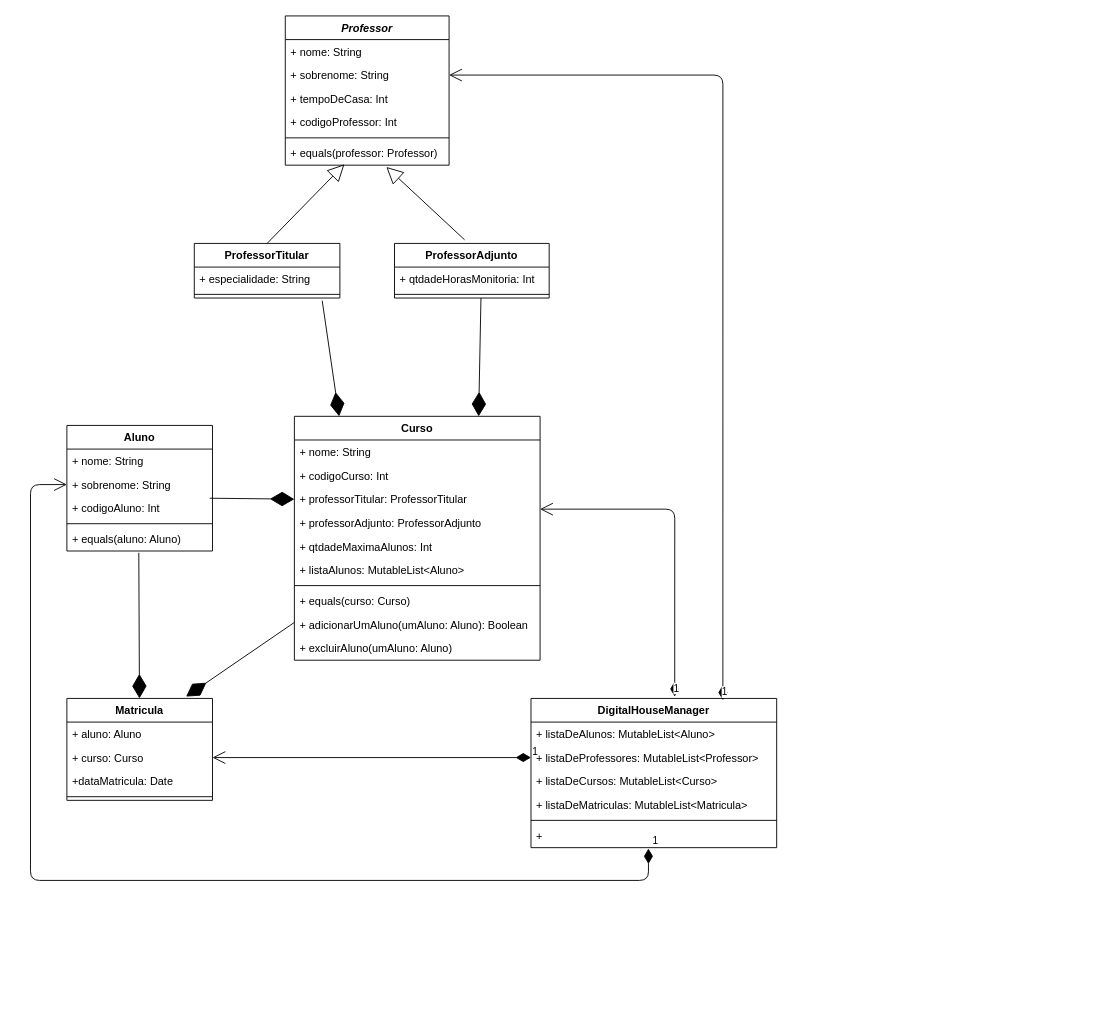
Before: src/br/digitalhouse/com/desafioKotlin/desafioKotlin.drawio in AlineCruzDEV/desafioKotlin, a draw.io diagram. Source tidied: cells renumbered, new cells numbered last; positions are measured from the earlier drawing's top-left corner, leaving out a move shared by most shapes. Both pictures are drawn from the tidied source at 91%, with x=0, y=0 at pixel (30, 15).
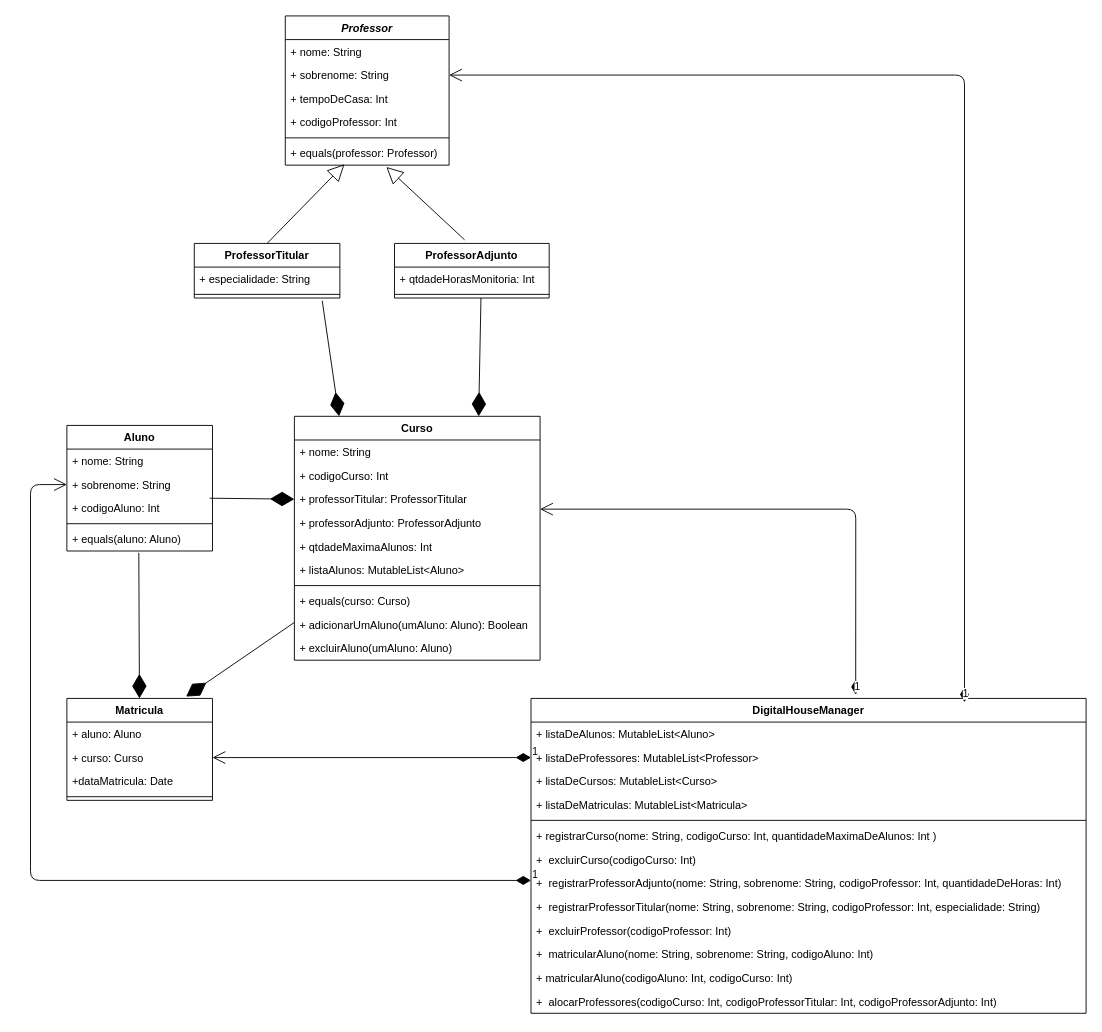
The same page after the edit.

Commit message (it also covers changes not shown here):
ParteI - Diagrama com insercao de metodos em DigitalHouseManager primeira versao precisa ser revisado

The change refers to these unchanged cells:
```xml
<mxCell id="19" value="+ sobrenome: String" style="text;strokeColor=none;fillColor=none;align=left;verticalAlign=top;spacingLeft=4;spacingRight=4;overflow=hidden;points=[[0,0.5],[1,0.5]];portConstraint=eastwest;" parent="17" vertex="1">
  <mxGeometry y="52" width="160" height="26" as="geometry" />
</mxCell>
```

Change to the diagram source:
```diff
@@
     <mxCell id="35" value="DigitalHouseManager" style="swimlane;fontStyle=1;align=center;verticalAlign=top;horizontal=1;startSize=26;" parent="1" vertex="1">
-      <mxGeometry x="550" y="750" width="270" height="164" as="geometry" />
+      <mxGeometry x="550" y="750" width="610" height="346" as="geometry" />
     </mxCell>
     <mxCell id="36" value="+ listaDeAlunos: MutableList&lt;Aluno&gt;" style="text;strokeColor=none;fillColor=none;align=left;verticalAlign=top;spacingLeft=4;spacingRight=4;overflow=hidden;" parent="35" vertex="1">
-      <mxGeometry y="26" width="270" height="26" as="geometry" />
+      <mxGeometry y="26" width="610" height="26" as="geometry" />
     </mxCell>
     <mxCell id="37" value="+ listaDeProfessores: MutableList&lt;Professor&gt;" style="text;strokeColor=none;fillColor=none;align=left;verticalAlign=top;spacingLeft=4;spacingRight=4;overflow=hidden;points=[[0,0.5],[1,0.5]];portConstraint=eastwest;" parent="35" vertex="1">
-      <mxGeometry y="52" width="270" height="26" as="geometry" />
+      <mxGeometry y="52" width="610" height="26" as="geometry" />
     </mxCell>
     <mxCell id="38" value="+ listaDeCursos: MutableList&lt;Curso&gt;" style="text;strokeColor=none;fillColor=none;align=left;verticalAlign=top;spacingLeft=4;spacingRight=4;overflow=hidden;" parent="35" vertex="1">
-      <mxGeometry y="78" width="270" height="26" as="geometry" />
+      <mxGeometry y="78" width="610" height="26" as="geometry" />
     </mxCell>
     <mxCell id="39" value="+ listaDeMatriculas: MutableList&lt;Matricula&gt;" style="text;strokeColor=none;fillColor=none;align=left;verticalAlign=top;spacingLeft=4;spacingRight=4;overflow=hidden;" parent="35" vertex="1">
-      <mxGeometry y="104" width="270" height="26" as="geometry" />
+      <mxGeometry y="104" width="610" height="26" as="geometry" />
     </mxCell>
     <mxCell id="40" style="line;strokeWidth=1;fillColor=none;align=left;verticalAlign=middle;spacingTop=-1;spacingLeft=3;spacingRight=3;labelPosition=right;" parent="35" vertex="1">
-      <mxGeometry y="130" width="270" height="8" as="geometry" />
+      <mxGeometry y="130" width="610" height="8" as="geometry" />
     </mxCell>
-    <mxCell id="41" value="+ " style="text;strokeColor=none;fillColor=none;align=left;verticalAlign=top;spacingLeft=4;spacingRight=4;overflow=hidden;points=[[0,0.5],[1,0.5]];portConstraint=eastwest;" parent="35" vertex="1">
-      <mxGeometry y="138" width="270" height="26" as="geometry" />
+    <mxCell id="41" value="+ registrarCurso(nome: String, codigoCurso: Int, quantidadeMaximaDeAlunos: Int )" style="text;strokeColor=none;fillColor=none;align=left;verticalAlign=top;spacingLeft=4;spacingRight=4;overflow=hidden;points=[[0,0.5],[1,0.5]];portConstraint=eastwest;" parent="35" vertex="1">
+      <mxGeometry y="138" width="610" height="26" as="geometry" />
     </mxCell>
+    <mxCell id="55" value="+  excluirCurso(codigoCurso: Int)&#10;" style="text;strokeColor=none;fillColor=none;align=left;verticalAlign=top;spacingLeft=4;spacingRight=4;overflow=hidden;" parent="35" vertex="1">
+      <mxGeometry y="164" width="610" height="26" as="geometry" />
+    </mxCell>
+    <mxCell id="56" value="+  registrarProfessorAdjunto(nome: String, sobrenome: String, codigoProfessor: Int, quantidadeDeHoras: Int)" style="text;strokeColor=none;fillColor=none;align=left;verticalAlign=top;spacingLeft=4;spacingRight=4;overflow=hidden;" parent="35" vertex="1">
+      <mxGeometry y="190" width="610" height="26" as="geometry" />
+    </mxCell>
+    <mxCell id="57" value="+  registrarProfessorTitular(nome: String, sobrenome: String, codigoProfessor: Int, especialidade: String)" style="text;strokeColor=none;fillColor=none;align=left;verticalAlign=top;spacingLeft=4;spacingRight=4;overflow=hidden;" parent="35" vertex="1">
+      <mxGeometry y="216" width="610" height="26" as="geometry" />
+    </mxCell>
+    <mxCell id="58" value="+  excluirProfessor(codigoProfessor: Int)" style="text;strokeColor=none;fillColor=none;align=left;verticalAlign=top;spacingLeft=4;spacingRight=4;overflow=hidden;" parent="35" vertex="1">
+      <mxGeometry y="242" width="610" height="26" as="geometry" />
+    </mxCell>
+    <mxCell id="59" value="+  matricularAluno(nome: String, sobrenome: String, codigoAluno: Int)" style="text;strokeColor=none;fillColor=none;align=left;verticalAlign=top;spacingLeft=4;spacingRight=4;overflow=hidden;" parent="35" vertex="1">
+      <mxGeometry y="268" width="610" height="26" as="geometry" />
+    </mxCell>
+    <mxCell id="60" value="+ matricularAluno(codigoAluno: Int, codigoCurso: Int)" style="text;strokeColor=none;fillColor=none;align=left;verticalAlign=top;spacingLeft=4;spacingRight=4;overflow=hidden;" parent="35" vertex="1">
+      <mxGeometry y="294" width="610" height="26" as="geometry" />
+    </mxCell>
+    <mxCell id="61" value="+  alocarProfessores(codigoCurso: Int, codigoProfessorTitular: Int, codigoProfessorAdjunto: Int)" style="text;strokeColor=none;fillColor=none;align=left;verticalAlign=top;spacingLeft=4;spacingRight=4;overflow=hidden;" parent="35" vertex="1">
+      <mxGeometry y="320" width="610" height="26" as="geometry" />
+    </mxCell>
@@
-    <mxCell id="43" value="1" style="endArrow=open;html=1;endSize=12;startArrow=diamondThin;startSize=14;startFill=1;edgeStyle=orthogonalEdgeStyle;align=left;verticalAlign=bottom;exitX=0.478;exitY=1.038;exitDx=0;exitDy=0;entryX=0;entryY=0.5;entryDx=0;entryDy=0;exitPerimeter=0;" parent="1" edge="1" source="41" target="19">
+    <mxCell id="43" value="1" style="endArrow=open;html=1;endSize=12;startArrow=diamondThin;startSize=14;startFill=1;edgeStyle=orthogonalEdgeStyle;align=left;verticalAlign=bottom;entryX=0;entryY=0.5;entryDx=0;entryDy=0;" parent="1" edge="1" source="35" target="19">
       <mxGeometry x="-1" y="3" relative="1" as="geometry">
         <Array as="points">
           <mxPoint x="679" y="950" />
           <mxPoint y="950" />
           <mxPoint y="515" />
         </Array>
       </mxGeometry>
     </mxCell>
```
